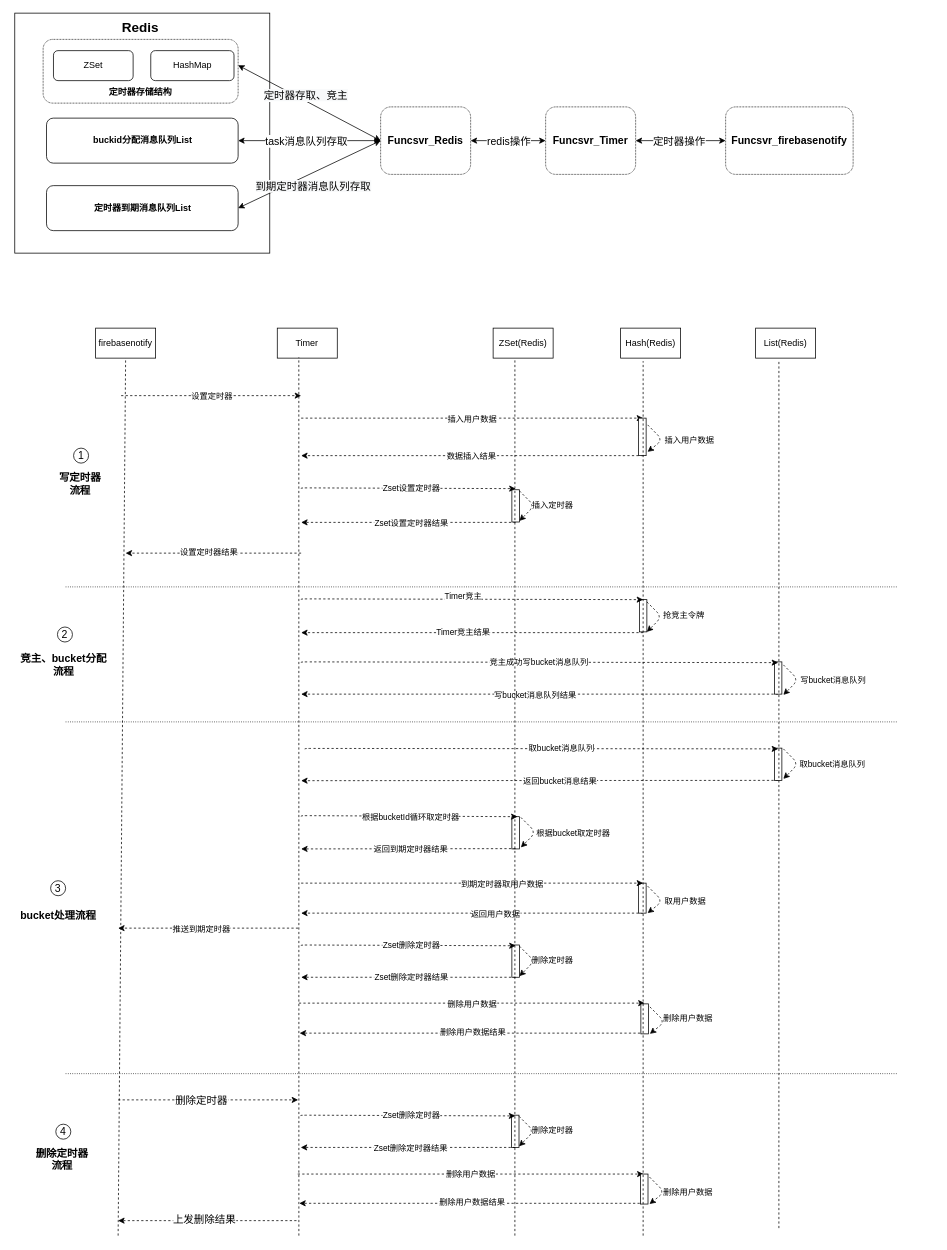
This is page "总图" (1 of 8) of timer.drawio from mbabby/draw.io.file, a draw.io file, before an edit. Source tidied: cells renumbered, new cells numbered last; positions are measured from the earlier drawing's top-left corner, leaving out a move shared by most shapes. Both pictures are drawn from the tidied source at 75%, with x=0, y=0 at pixel (13, 13).
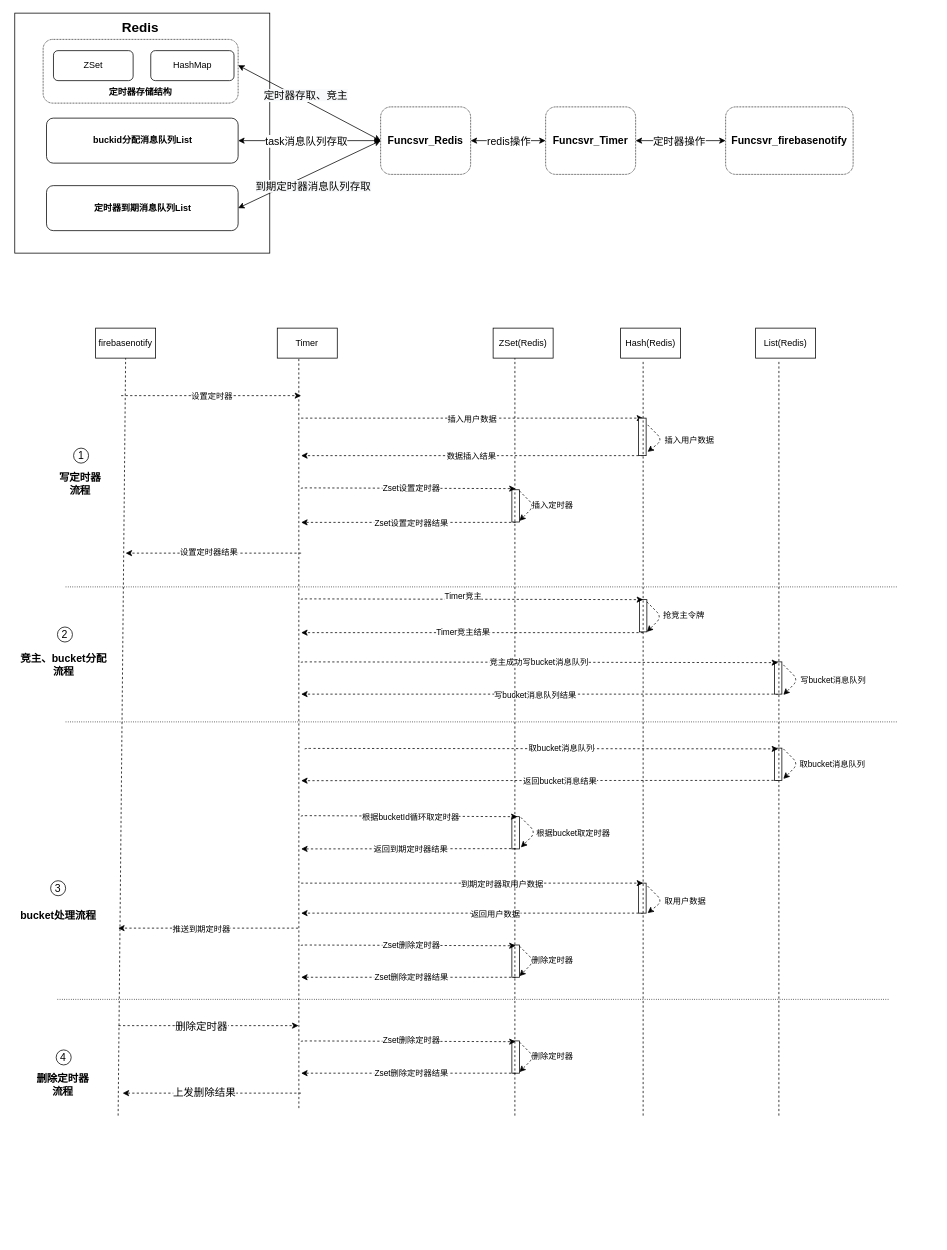
After the change.

The change refers to these unchanged cells:
```xml
<mxCell id="24" value="firebasenotify" style="rounded=0;whiteSpace=wrap;html=1;" parent="1" vertex="1">
  <mxGeometry x="110" y="420" width="80" height="40" as="geometry" />
</mxCell>
<mxCell id="26" value="Timer" style="rounded=0;whiteSpace=wrap;html=1;" parent="1" vertex="1">
  <mxGeometry x="352.2" y="420" width="80" height="40" as="geometry" />
</mxCell>
<mxCell id="27" value="ZSet(Redis)" style="rounded=0;whiteSpace=wrap;html=1;" parent="1" vertex="1">
  <mxGeometry x="640" y="420" width="80" height="40" as="geometry" />
</mxCell>
<mxCell id="65" value="Hash(Redis)" style="rounded=0;whiteSpace=wrap;html=1;" parent="1" vertex="1">
  <mxGeometry x="810" y="420" width="80" height="40" as="geometry" />
</mxCell>
<mxCell id="66" value="List(Redis)" style="rounded=0;whiteSpace=wrap;html=1;" parent="1" vertex="1">
  <mxGeometry x="990" y="420" width="80" height="40" as="geometry" />
</mxCell>
```

What changed in the source:
```diff
@@
     <mxCell id="25" style="endArrow=none;dashed=1;html=1;entryX=0.5;entryY=1;entryDx=0;entryDy=0;" parent="1" edge="1" target="24">
       <mxGeometry relative="1" as="geometry">
-        <mxPoint x="140" y="1630" as="sourcePoint" />
+        <mxPoint x="140" y="1470" as="sourcePoint" />
       </mxGeometry>
     </mxCell>
@@
     <mxCell id="28" style="endArrow=none;dashed=1;html=1;entryX=0.359;entryY=0.975;entryDx=0;entryDy=0;entryPerimeter=0;" parent="1" edge="1" target="26">
       <mxGeometry relative="1" as="geometry">
-        <mxPoint x="381" y="1630" as="sourcePoint" />
+        <mxPoint x="381" y="1460" as="sourcePoint" />
       </mxGeometry>
     </mxCell>
@@
     <mxCell id="67" style="endArrow=none;dashed=1;html=1;entryX=0.388;entryY=1.1;entryDx=0;entryDy=0;startArrow=none;entryPerimeter=0;" parent="1" edge="1" target="66">
       <mxGeometry relative="1" as="geometry">
-        <mxPoint x="1021" y="1620" as="sourcePoint" />
+        <mxPoint x="1021" y="1470" as="sourcePoint" />
       </mxGeometry>
     </mxCell>
@@
     <mxCell id="70" style="line;strokeWidth=1;html=1;fontSize=14;align=center;dashed=1;dashPattern=1 2;" parent="1" vertex="1">
-      <mxGeometry x="70" y="1409" width="1110" height="10" as="geometry" />
+      <mxGeometry x="59.1" y="1310" width="1110" height="10" as="geometry" />
     </mxCell>
@@
     <mxCell id="85" style="endArrow=classic;html=1;dashed=1;" parent="1" edge="1">
       <mxGeometry relative="1" as="geometry">
-        <mxPoint x="140" y="1449" as="sourcePoint" />
-        <mxPoint x="380" y="1449" as="targetPoint" />
+        <mxPoint x="140.5" y="1350" as="sourcePoint" />
+        <mxPoint x="380.5" y="1350" as="targetPoint" />
         <Array as="points">
-          <mxPoint x="260" y="1449" />
+          <mxPoint x="260.5" y="1350" />
         </Array>
       </mxGeometry>
     </mxCell>
@@
     <mxCell id="89" style="endArrow=classic;html=1;dashed=1;" parent="1" edge="1">
       <mxGeometry relative="1" as="geometry">
-        <mxPoint x="377.8" y="1610" as="sourcePoint" />
-        <mxPoint x="140" y="1610" as="targetPoint" />
+        <mxPoint x="383.8" y="1440" as="sourcePoint" />
+        <mxPoint x="146" y="1440" as="targetPoint" />
       </mxGeometry>
     </mxCell>
@@
     <mxCell id="94" value="4" style="ellipse;whiteSpace=wrap;html=1;fontSize=14;align=center;" parent="1" vertex="1">
-      <mxGeometry x="56.9" y="1481.4" width="20" height="20" as="geometry" />
+      <mxGeometry x="57.4" y="1382.4" width="20" height="20" as="geometry" />
     </mxCell>
     <mxCell id="95" value="&lt;b&gt;删除定时器&lt;br&gt;流程&lt;/b&gt;" style="text;html=1;align=center;verticalAlign=middle;strokeColor=none;fillColor=none;fontSize=14;" parent="1" vertex="1">
-      <mxGeometry x="20" y="1507.9" width="90" height="40" as="geometry" />
+      <mxGeometry x="20.5" y="1408.9" width="90" height="40" as="geometry" />
     </mxCell>
     <mxCell id="96" value="上发删除结果" style="edgeLabel;html=1;align=center;verticalAlign=middle;fontSize=14;" parent="1" vertex="1">
-      <mxGeometry x="250" y="1540" as="geometry">
+      <mxGeometry x="250.5" y="1370.4" as="geometry">
         <mxPoint x="4" y="68" as="offset" />
       </mxGeometry>
     </mxCell>
@@
-    <mxCell id="101" style="endArrow=classic;html=1;dashed=1;" parent="1" edge="1">
-      <mxGeometry relative="1" as="geometry">
-        <mxPoint x="381" y="1320" as="sourcePoint" />
-        <mxPoint x="842" y="1320" as="targetPoint" />
-      </mxGeometry>
-    </mxCell>
-    <mxCell id="102" value="删除用户数据" style="edgeLabel;html=1;align=center;verticalAlign=middle;" parent="101" vertex="1">
-      <mxGeometry x="0.14" y="-1" relative="1" as="geometry">
-        <mxPoint x="-33" y="-1" as="offset" />
-      </mxGeometry>
-    </mxCell>
-    <mxCell id="103" style="endArrow=classic;html=1;dashed=1;" parent="1" edge="1">
-      <mxGeometry relative="1" as="geometry">
-        <mxPoint x="842" y="1360" as="sourcePoint" />
-        <mxPoint x="382" y="1360" as="targetPoint" />
-      </mxGeometry>
-    </mxCell>
-    <mxCell id="104" value="删除用户数据结果" style="edgeLabel;html=1;align=center;verticalAlign=middle;" parent="103" vertex="1">
-      <mxGeometry x="0.14" y="-1" relative="1" as="geometry">
-        <mxPoint x="32" y="-1" as="offset" />
-      </mxGeometry>
-    </mxCell>
@@
-    <mxCell id="109" style="rounded=0;whiteSpace=wrap;html=1;" parent="1" vertex="1">
-      <mxGeometry x="837" y="1321" width="10" height="40" as="geometry" />
-    </mxCell>
-    <mxCell id="110" style="endArrow=classic;html=1;dashed=1;" parent="1" edge="1">
-      <mxGeometry relative="1" as="geometry">
-        <mxPoint x="849" y="1325" as="sourcePoint" />
-        <mxPoint x="849" y="1361" as="targetPoint" />
-        <Array as="points">
-          <mxPoint x="869" y="1345" />
-        </Array>
-      </mxGeometry>
-    </mxCell>
-    <mxCell id="111" value="&lt;div style=&quot;text-align: center&quot;&gt;&lt;font face=&quot;helvetica&quot;&gt;&lt;span style=&quot;font-size: 11px ; background-color: rgb(255 , 255 , 255)&quot;&gt;删除用户数据&lt;/span&gt;&lt;/font&gt;&lt;/div&gt;" style="text;whiteSpace=wrap;html=1;" parent="1" vertex="1">
-      <mxGeometry x="865" y="1326" width="180" height="30" as="geometry" />
-    </mxCell>
@@
     <mxCell id="115" style="rounded=0;whiteSpace=wrap;html=1;" parent="1" vertex="1">
-      <mxGeometry x="664.5" y="1469.4" width="10" height="43" as="geometry" />
+      <mxGeometry x="665" y="1370.4" width="10" height="43" as="geometry" />
     </mxCell>
     <mxCell id="116" style="endArrow=classic;html=1;dashed=1;" parent="1" edge="1">
       <mxGeometry relative="1" as="geometry">
-        <mxPoint x="383.5" y="1470.4" as="sourcePoint" />
-        <mxPoint x="669.5" y="1470.4" as="targetPoint" />
+        <mxPoint x="384" y="1371.4" as="sourcePoint" />
+        <mxPoint x="670" y="1371.4" as="targetPoint" />
         <Array as="points">
-          <mxPoint x="383.5" y="1469.4" />
+          <mxPoint x="384" y="1370.4" />
         </Array>
       </mxGeometry>
     </mxCell>
@@
     <mxCell id="118" style="endArrow=classic;html=1;dashed=1;" parent="1" edge="1">
       <mxGeometry relative="1" as="geometry">
-        <mxPoint x="674.5" y="1470.9" as="sourcePoint" />
-        <mxPoint x="674.5" y="1510.9" as="targetPoint" />
+        <mxPoint x="675" y="1371.9" as="sourcePoint" />
+        <mxPoint x="675" y="1411.9" as="targetPoint" />
         <Array as="points">
-          <mxPoint x="694.5" y="1490.9" />
+          <mxPoint x="695" y="1391.9" />
         </Array>
       </mxGeometry>
     </mxCell>
     <mxCell id="119" value="&lt;div style=&quot;text-align: center&quot;&gt;&lt;font face=&quot;helvetica&quot;&gt;&lt;span style=&quot;font-size: 11px ; background-color: rgb(255 , 255 , 255)&quot;&gt;删除定时器&lt;/span&gt;&lt;/font&gt;&lt;/div&gt;" style="text;whiteSpace=wrap;html=1;" parent="1" vertex="1">
-      <mxGeometry x="689.5" y="1475.9" width="120" height="30" as="geometry" />
+      <mxGeometry x="690" y="1376.9" width="120" height="30" as="geometry" />
     </mxCell>
     <mxCell id="120" style="endArrow=classic;html=1;dashed=1;" parent="1" edge="1">
       <mxGeometry relative="1" as="geometry">
-        <mxPoint x="669.5" y="1512.4" as="sourcePoint" />
-        <mxPoint x="383.5" y="1512.4" as="targetPoint" />
+        <mxPoint x="670" y="1413.4" as="sourcePoint" />
+        <mxPoint x="384" y="1413.4" as="targetPoint" />
       </mxGeometry>
     </mxCell>
@@
-    <mxCell id="122" style="endArrow=classic;html=1;dashed=1;" parent="1" edge="1">
-      <mxGeometry relative="1" as="geometry">
-        <mxPoint x="379.5" y="1547.9" as="sourcePoint" />
-        <mxPoint x="840.5" y="1547.9" as="targetPoint" />
-      </mxGeometry>
-    </mxCell>
-    <mxCell id="123" value="删除用户数据" style="edgeLabel;html=1;align=center;verticalAlign=middle;" parent="122" vertex="1">
-      <mxGeometry x="0.14" y="-1" relative="1" as="geometry">
-        <mxPoint x="-33" y="-1" as="offset" />
-      </mxGeometry>
-    </mxCell>
-    <mxCell id="124" style="endArrow=classic;html=1;dashed=1;" parent="1" edge="1">
-      <mxGeometry relative="1" as="geometry">
-        <mxPoint x="841.5" y="1586.9" as="sourcePoint" />
-        <mxPoint x="381.5" y="1586.9" as="targetPoint" />
-      </mxGeometry>
-    </mxCell>
-    <mxCell id="125" value="删除用户数据结果" style="edgeLabel;html=1;align=center;verticalAlign=middle;" parent="124" vertex="1">
-      <mxGeometry x="0.14" y="-1" relative="1" as="geometry">
-        <mxPoint x="32" y="-1" as="offset" />
-      </mxGeometry>
-    </mxCell>
-    <mxCell id="126" style="rounded=0;whiteSpace=wrap;html=1;" parent="1" vertex="1">
-      <mxGeometry x="836.5" y="1547.9" width="10" height="40" as="geometry" />
-    </mxCell>
-    <mxCell id="127" style="endArrow=classic;html=1;dashed=1;" parent="1" edge="1">
-      <mxGeometry relative="1" as="geometry">
-        <mxPoint x="848.5" y="1551.9" as="sourcePoint" />
-        <mxPoint x="848.5" y="1587.9" as="targetPoint" />
-        <Array as="points">
-          <mxPoint x="868.5" y="1571.9" />
-        </Array>
-      </mxGeometry>
-    </mxCell>
     <mxCell id="128" style="endArrow=none;dashed=1;html=1;entryX=0.363;entryY=1;entryDx=0;entryDy=0;startArrow=none;entryPerimeter=0;" parent="1" edge="1" target="27">
       <mxGeometry relative="1" as="geometry">
-        <mxPoint x="669" y="1630" as="sourcePoint" />
+        <mxPoint x="669" y="1470" as="sourcePoint" />
       </mxGeometry>
     </mxCell>
     <mxCell id="129" style="endArrow=none;dashed=1;html=1;entryX=0.375;entryY=1.1;entryDx=0;entryDy=0;startArrow=none;entryPerimeter=0;" parent="1" edge="1" target="65">
       <mxGeometry relative="1" as="geometry">
-        <mxPoint x="840" y="1630" as="sourcePoint" />
+        <mxPoint x="840" y="1470" as="sourcePoint" />
       </mxGeometry>
     </mxCell>
-    <mxCell id="130" value="&lt;div style=&quot;text-align: center&quot;&gt;&lt;font face=&quot;helvetica&quot;&gt;&lt;span style=&quot;font-size: 11px ; background-color: rgb(255 , 255 , 255)&quot;&gt;删除用户数据&lt;/span&gt;&lt;/font&gt;&lt;/div&gt;" style="text;whiteSpace=wrap;html=1;" parent="1" vertex="1">
-      <mxGeometry x="865" y="1557.9" width="180" height="30" as="geometry" />
-    </mxCell>
```
